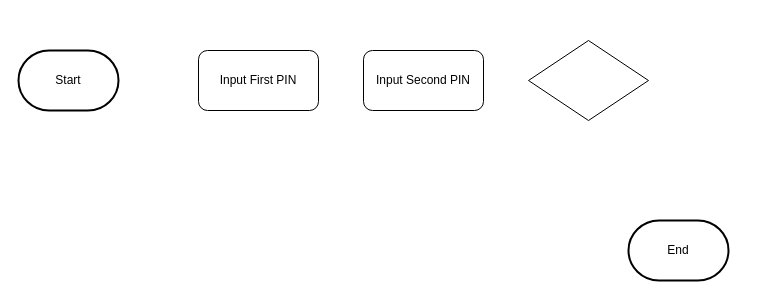
Before: DOCUMENTS/FLOW_CHART/Untitled Diagram.drawio in wadewilsonex/bitriel-wallet, a draw.io diagram. Source tidied: cells renumbered, new cells numbered last; positions are measured from the earlier drawing's top-left corner, leaving out a move shared by most shapes. Both pictures are drawn from the tidied source at 100%, with x=0, y=0 at pixel (18, 40).
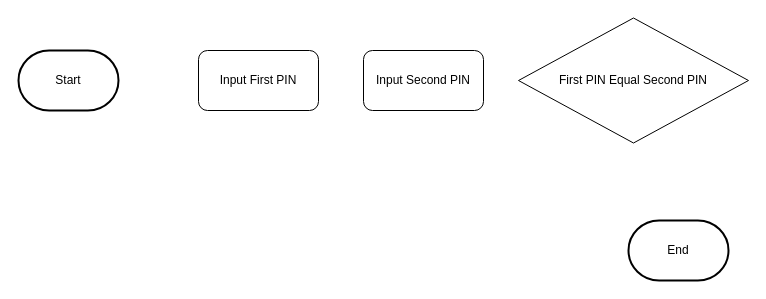
The same diagram, later.

Diff of the diagram source:
```diff
@@
 <mxGraphModel>
   <root>
     <mxCell id="0" />
     <mxCell id="1" parent="0" />
     <mxCell id="2" value="Start" style="strokeWidth=2;html=1;shape=mxgraph.flowchart.terminator;whiteSpace=wrap;" parent="1" vertex="1">
       <mxGeometry y="10" width="100" height="60" as="geometry" />
     </mxCell>
     <mxCell id="3" value="End" style="strokeWidth=2;html=1;shape=mxgraph.flowchart.terminator;whiteSpace=wrap;" parent="1" vertex="1">
       <mxGeometry x="610" y="180" width="100" height="60" as="geometry" />
     </mxCell>
     <mxCell id="4" value="Input First PIN" style="rounded=1;whiteSpace=wrap;html=1;" parent="1" vertex="1">
       <mxGeometry x="180" y="10" width="120" height="60" as="geometry" />
     </mxCell>
     <mxCell id="5" value="Input Second PIN" style="rounded=1;whiteSpace=wrap;html=1;" parent="1" vertex="1">
       <mxGeometry x="345" y="10" width="120" height="60" as="geometry" />
     </mxCell>
-    <mxCell id="6" style="rhombus;whiteSpace=wrap;html=1;" parent="1" vertex="1">
-      <mxGeometry x="510" width="120" height="80" as="geometry" />
+    <mxCell id="6" value="First PIN Equal Second PIN" style="rhombus;whiteSpace=wrap;html=1;" parent="1" vertex="1">
+      <mxGeometry x="500" y="-22.5" width="230" height="125" as="geometry" />
     </mxCell>
   </root>
 </mxGraphModel>
```
